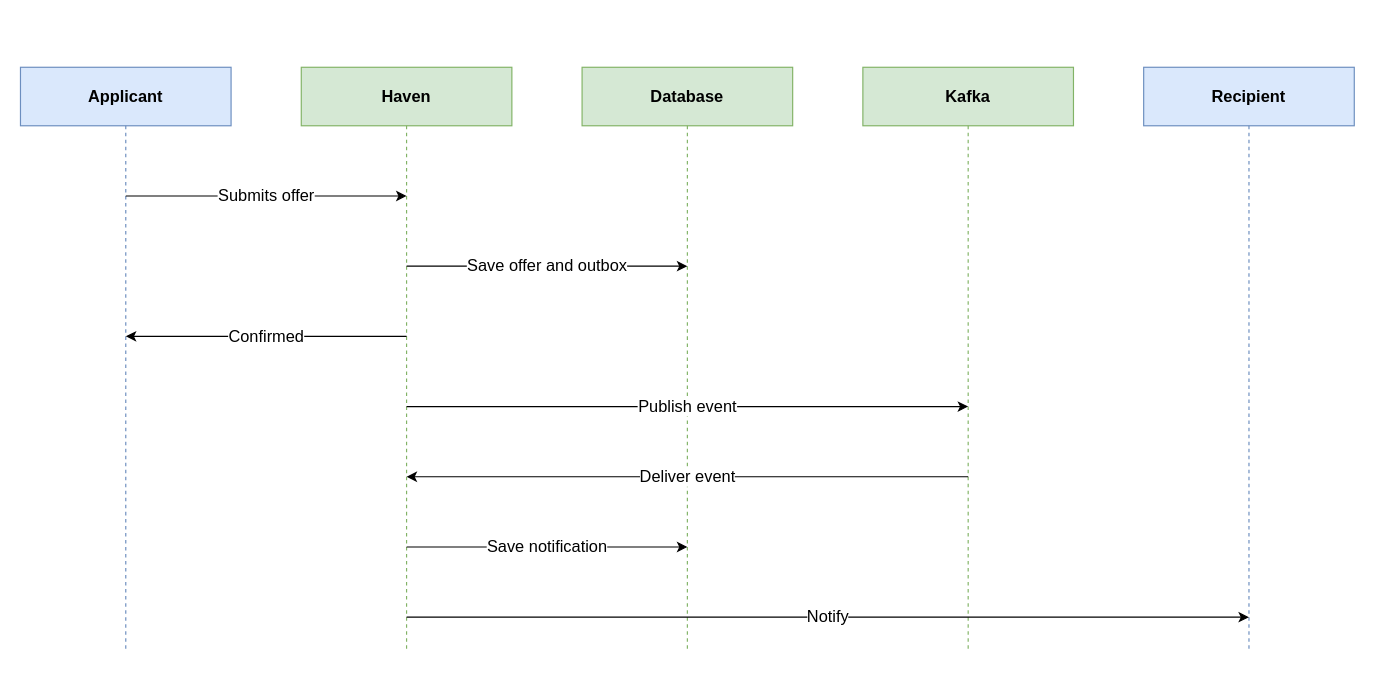
Earlier version of the draw.io diagram page "OFFER_SUBMITTED" (2 of 3) of docs/diagrams-simple/03-sequence-kafka-flows.drawio (DreamHom/haven). Source tidied: cells renumbered, new cells numbered last; positions are measured from the earlier drawing's top-left corner, leaving out a move shared by most shapes. Both pictures are drawn from the tidied source at 117%, with x=0, y=0 at pixel (20, 67).
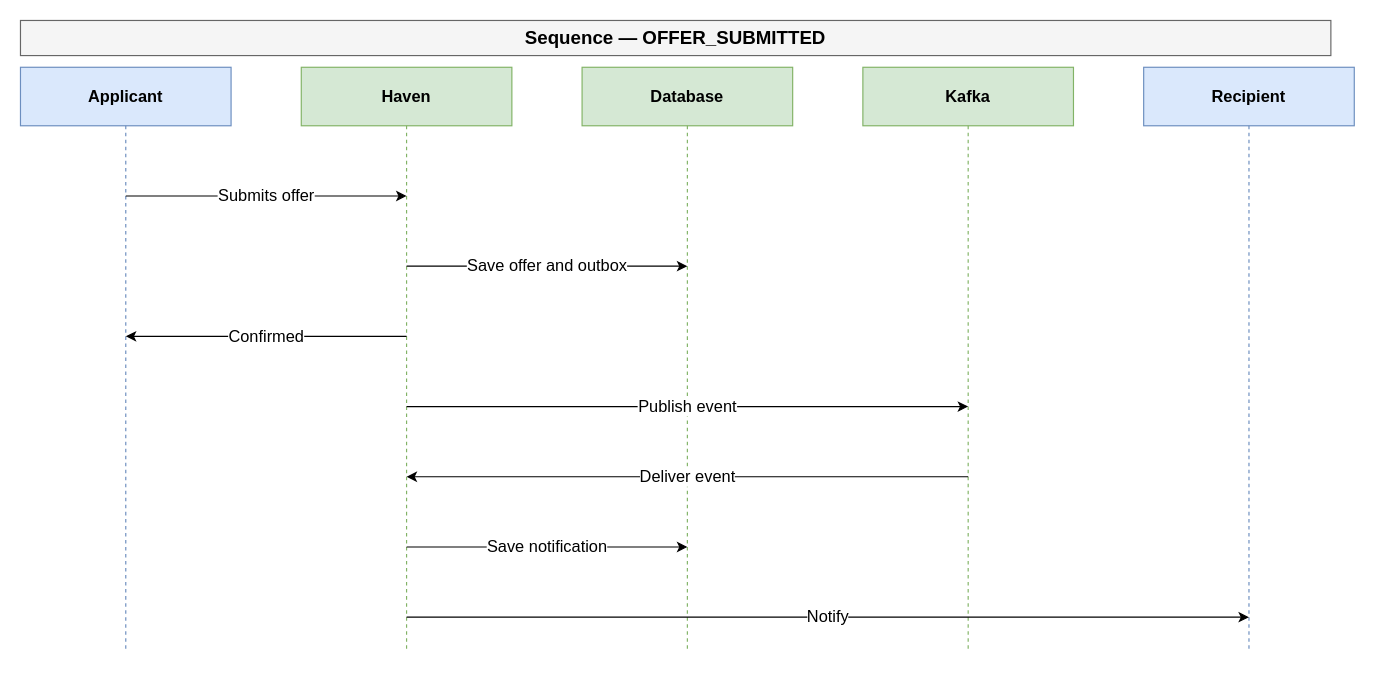
The same diagram, later.

Commit message (it also covers changes not shown here):
Update and expand system architecture diagram; add sequence diagrams for key workflows

The edit, as a diff of the source:
```diff
@@
+    <mxCell id="19" value="Sequence — OFFER_SUBMITTED" style="rounded=0;whiteSpace=wrap;html=1;fillColor=#f5f5f5;strokeColor=#666666;fontFamily=Helvetica;fontSize=16;fontStyle=1;align=center;verticalAlign=middle;" parent="1" vertex="1">
+      <mxGeometry y="-40" width="1120" height="30" as="geometry" />
+    </mxCell>
```
